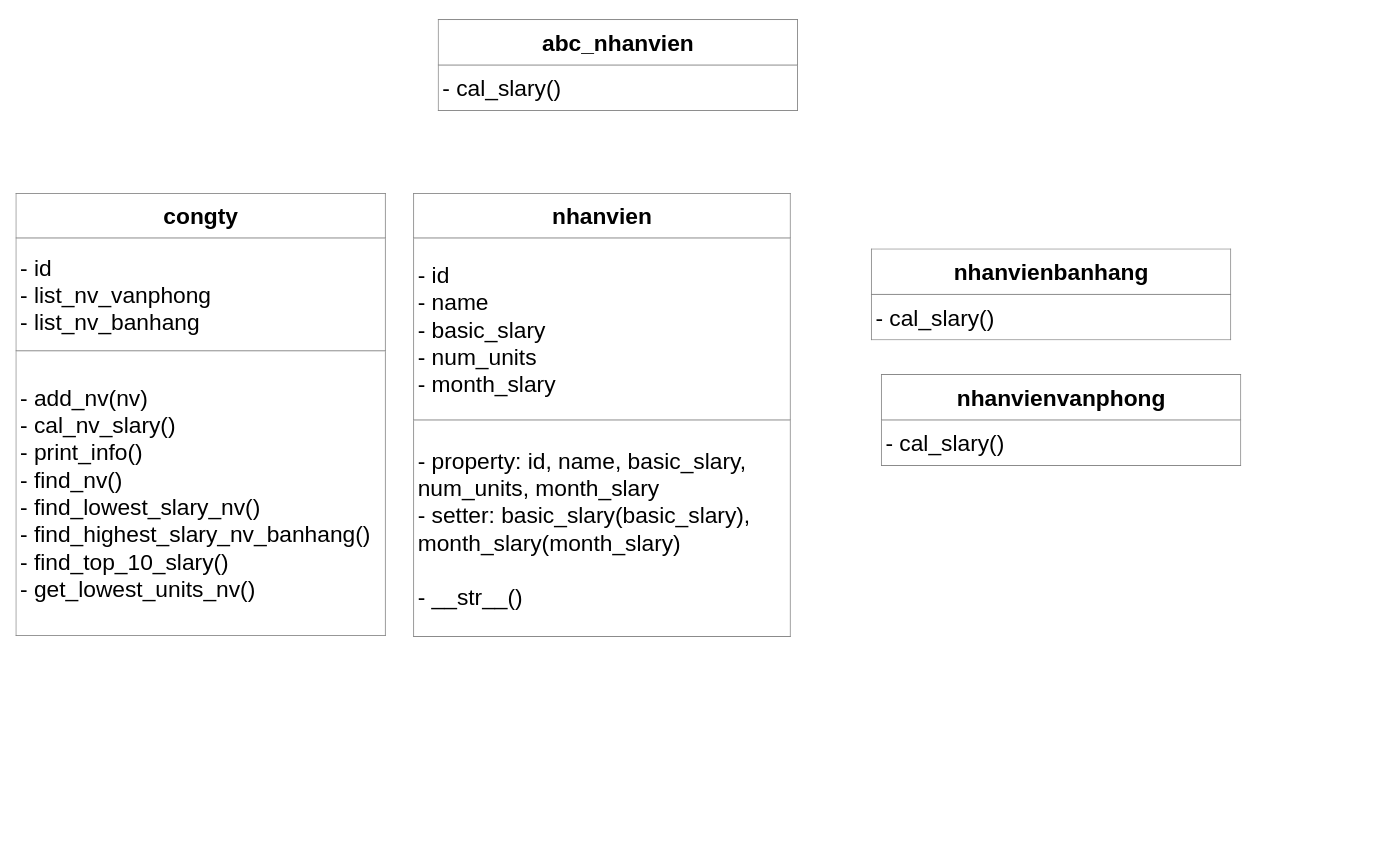
The draw.io diagram zzz.drawio in ippapi/ml, before the edit. Source tidied: cells renumbered, new cells numbered last; positions are measured from the earlier drawing's top-left corner, leaving out a move shared by most shapes. Both pictures are drawn from the tidied source at 91%, with x=0, y=0 at pixel (15, 19).
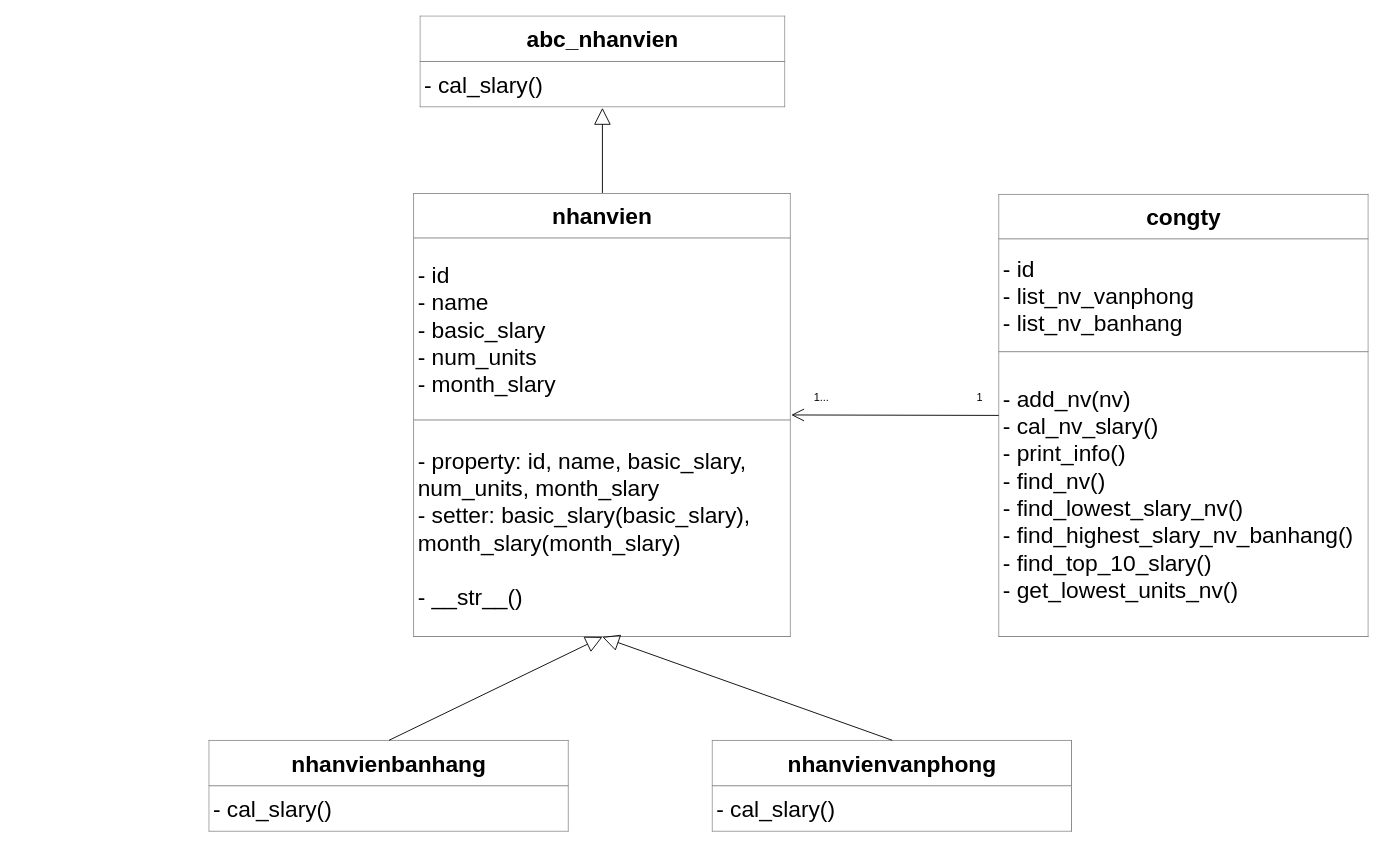
The same page after the edit.

Change to the diagram source:
```diff
@@
 <mxGraphModel>
   <root>
     <mxCell id="0" />
     <mxCell id="1" parent="0" />
     <mxCell id="2" value="&lt;table border=&quot;1&quot; width=&quot;100%&quot; height=&quot;100%&quot; cellpadding=&quot;4&quot; style=&quot;width: 100%; height: 100%; border-collapse: collapse; font-size: 25px;&quot;&gt;&lt;tbody&gt;&lt;tr&gt;&lt;th align=&quot;center&quot;&gt;&lt;font style=&quot;font-size: 25px;&quot;&gt;&lt;b&gt;congty&lt;/b&gt;&lt;/font&gt;&lt;/th&gt;&lt;/tr&gt;&lt;tr align=&quot;left&quot;&gt;&lt;td&gt;&lt;font style=&quot;font-size: 25px;&quot;&gt;- id&lt;br&gt;- list_nv_vanphong&lt;br&gt;- list_nv_banhang&lt;br&gt;&lt;/font&gt;&lt;/td&gt;&lt;/tr&gt;&lt;tr align=&quot;left&quot;&gt;&lt;td&gt;&lt;font style=&quot;font-size: 25px;&quot;&gt;- add_nv(nv)&lt;br&gt;- cal_nv_slary()&lt;br&gt;- print_info()&lt;br&gt;- find_nv()&lt;br&gt;- find_lowest_slary_nv()&lt;br&gt;- find_highest_slary_nv_banhang()&lt;br&gt;- find_top_10_slary()&lt;br&gt;- get_lowest_units_nv()&lt;br&gt;&lt;/font&gt;&lt;/td&gt;&lt;/tr&gt;&lt;/tbody&gt;&lt;/table&gt;" style="text;html=1;whiteSpace=wrap;strokeColor=none;fillColor=none;overflow=fill;" parent="1" vertex="1">
-      <mxGeometry y="191" width="407" height="487" as="geometry" />
+      <mxGeometry x="1080" y="191.5" width="407" height="487" as="geometry" />
     </mxCell>
     <mxCell id="3" value="&lt;table border=&quot;1&quot; width=&quot;100%&quot; height=&quot;100%&quot; cellpadding=&quot;4&quot; style=&quot;width: 100%; height: 100%; border-collapse: collapse; font-size: 25px;&quot;&gt;&lt;tbody&gt;&lt;tr&gt;&lt;th align=&quot;center&quot;&gt;abc_nhanvien&lt;/th&gt;&lt;/tr&gt;&lt;tr align=&quot;left&quot;&gt;&lt;td&gt;&lt;font style=&quot;font-size: 25px;&quot;&gt;- cal_slary()&lt;br&gt;&lt;/font&gt;&lt;/td&gt;&lt;/tr&gt;&lt;/tbody&gt;&lt;/table&gt;" style="text;html=1;whiteSpace=wrap;strokeColor=none;fillColor=none;overflow=fill;" parent="1" vertex="1">
-      <mxGeometry x="464" width="396" height="101" as="geometry" />
+      <mxGeometry x="443.5" y="-4" width="402" height="101" as="geometry" />
     </mxCell>
     <mxCell id="4" value="&lt;table border=&quot;1&quot; width=&quot;100%&quot; height=&quot;100%&quot; cellpadding=&quot;4&quot; style=&quot;width: 100%; height: 100%; border-collapse: collapse; font-size: 25px;&quot;&gt;&lt;tbody&gt;&lt;tr&gt;&lt;th align=&quot;center&quot;&gt;&lt;font style=&quot;font-size: 25px;&quot;&gt;&lt;b&gt;nhanvien&lt;/b&gt;&lt;/font&gt;&lt;/th&gt;&lt;/tr&gt;&lt;tr align=&quot;left&quot;&gt;&lt;td&gt;&lt;font style=&quot;font-size: 25px;&quot;&gt;- id&lt;br&gt;- name&lt;br&gt;- basic_slary&lt;br&gt;- num_units&lt;br&gt;- month_slary&lt;br&gt;&lt;/font&gt;&lt;/td&gt;&lt;/tr&gt;&lt;tr align=&quot;left&quot;&gt;&lt;td&gt;&lt;font style=&quot;font-size: 25px;&quot;&gt;- property: id, name, basic_slary, num_units, month_slary&lt;br&gt;- setter: basic_slary(basic_slary), month_slary(month_slary)&lt;br&gt;&lt;br&gt;- __str__()&lt;br&gt;&lt;/font&gt;&lt;/td&gt;&lt;/tr&gt;&lt;/tbody&gt;&lt;/table&gt;" style="text;html=1;whiteSpace=wrap;strokeColor=none;fillColor=none;overflow=fill;" parent="1" vertex="1">
       <mxGeometry x="437" y="190.5" width="415" height="488" as="geometry" />
     </mxCell>
     <mxCell id="5" value="&lt;table border=&quot;1&quot; width=&quot;100%&quot; height=&quot;100%&quot; cellpadding=&quot;4&quot; style=&quot;width: 100%; height: 100%; border-collapse: collapse; font-size: 25px;&quot;&gt;&lt;tbody&gt;&lt;tr&gt;&lt;th align=&quot;center&quot;&gt;&lt;font style=&quot;font-size: 25px;&quot;&gt;&lt;b&gt;nhanvienbanhang&lt;/b&gt;&lt;/font&gt;&lt;/th&gt;&lt;/tr&gt;&lt;tr align=&quot;left&quot;&gt;&lt;td&gt;&lt;font style=&quot;font-size: 25px;&quot;&gt;- cal_slary()&lt;br&gt;&lt;/font&gt;&lt;/td&gt;&lt;/tr&gt;&lt;/tbody&gt;&lt;/table&gt;" style="text;html=1;whiteSpace=wrap;strokeColor=none;fillColor=none;overflow=fill;" parent="1" vertex="1">
-      <mxGeometry x="940" y="252" width="396" height="101" as="geometry" />
+      <mxGeometry x="212" y="792" width="396" height="101" as="geometry" />
     </mxCell>
     <mxCell id="6" value="&lt;table border=&quot;1&quot; width=&quot;100%&quot; height=&quot;100%&quot; cellpadding=&quot;4&quot; style=&quot;width: 100%; height: 100%; border-collapse: collapse; font-size: 25px;&quot;&gt;&lt;tbody&gt;&lt;tr&gt;&lt;th align=&quot;center&quot;&gt;&lt;font style=&quot;font-size: 25px;&quot;&gt;&lt;b&gt;nhanvienvanphong&lt;/b&gt;&lt;/font&gt;&lt;/th&gt;&lt;/tr&gt;&lt;tr align=&quot;left&quot;&gt;&lt;td&gt;&lt;font style=&quot;font-size: 25px;&quot;&gt;- cal_slary()&lt;br&gt;&lt;/font&gt;&lt;/td&gt;&lt;/tr&gt;&lt;/tbody&gt;&lt;/table&gt;" style="text;html=1;whiteSpace=wrap;strokeColor=none;fillColor=none;overflow=fill;" parent="1" vertex="1">
-      <mxGeometry x="951" y="390" width="396" height="101" as="geometry" />
+      <mxGeometry x="765" y="792" width="396" height="101" as="geometry" />
     </mxCell>
+    <mxCell id="7" style="endArrow=block;endSize=16;endFill=0;html=1;rounded=0;entryX=0.5;entryY=1;entryDx=0;entryDy=0;exitX=0.5;exitY=0;exitDx=0;exitDy=0;" parent="1" edge="1" source="4" target="3">
+      <mxGeometry relative="1" as="geometry" />
+    </mxCell>
+    <mxCell id="8" style="endArrow=block;endSize=16;endFill=0;html=1;rounded=0;entryX=0.5;entryY=1;entryDx=0;entryDy=0;exitX=0.5;exitY=0;exitDx=0;exitDy=0;" parent="1" edge="1" source="5" target="4">
+      <mxGeometry relative="1" as="geometry" />
+    </mxCell>
+    <mxCell id="9" style="endArrow=block;endSize=16;endFill=0;html=1;rounded=0;entryX=0.5;entryY=1;entryDx=0;entryDy=0;exitX=0.5;exitY=0;exitDx=0;exitDy=0;" parent="1" edge="1" source="6" target="4">
+      <mxGeometry relative="1" as="geometry" />
+    </mxCell>
+    <mxCell id="10" style="endArrow=open;endFill=1;endSize=12;html=1;rounded=0;entryX=1;entryY=0.5;entryDx=0;entryDy=0;exitX=0;exitY=0.5;exitDx=0;exitDy=0;" parent="1" edge="1" source="2" target="4">
+      <mxGeometry relative="1" as="geometry" />
+    </mxCell>
+    <mxCell id="11" value="1" style="text;html=1;align=center;verticalAlign=middle;strokeColor=none;fillColor=none;" parent="1" vertex="1">
+      <mxGeometry x="1046" y="403" width="25" height="26" as="geometry" />
+    </mxCell>
+    <mxCell id="12" value="1..." style="text;html=1;align=center;verticalAlign=middle;strokeColor=none;fillColor=none;" parent="1" vertex="1">
+      <mxGeometry x="867" y="403" width="35" height="26" as="geometry" />
+    </mxCell>
   </root>
 </mxGraphModel>
```
